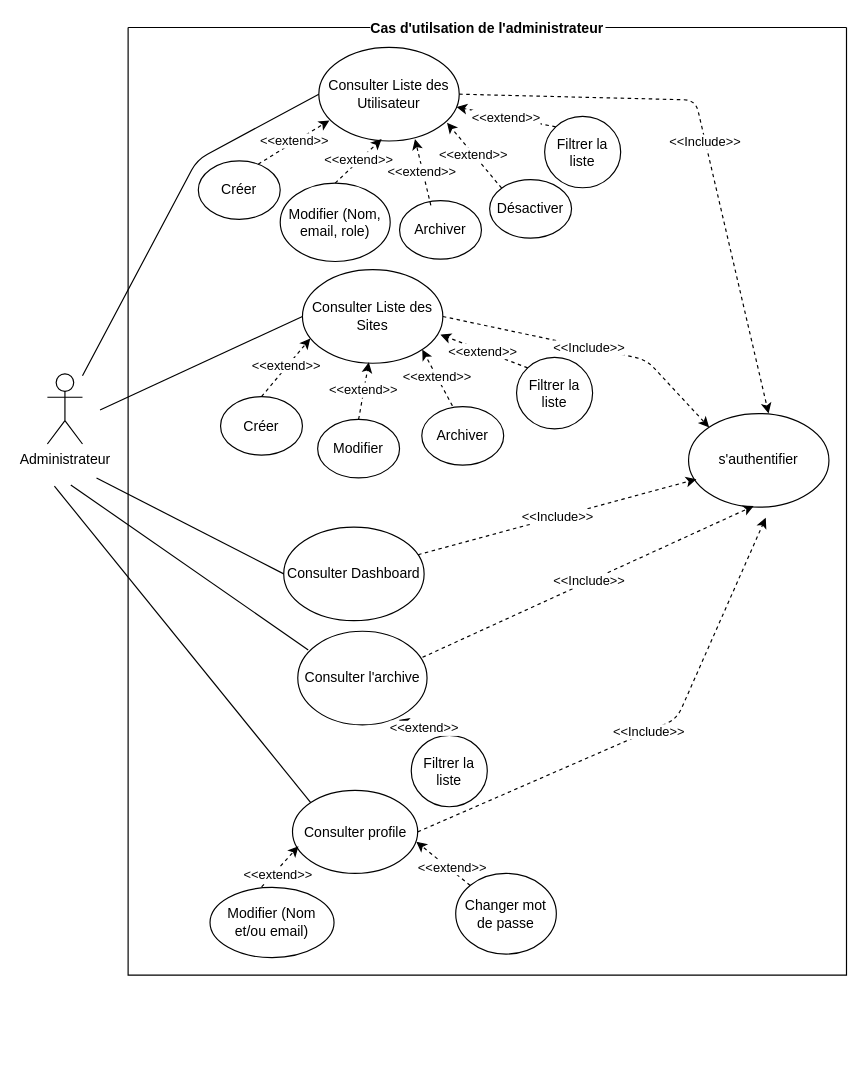
Belakebi-Amine/djezzy_supervision keeps this draw.io diagram as page "Admin" (1 of 4) of Conception/USE_CASE.drawio. Above is the earlier version. Source tidied: cells renumbered, new cells numbered last; positions are measured from the earlier drawing's top-left corner, leaving out a move shared by most shapes. Both pictures are drawn from the tidied source at 117%, with x=0, y=0 at pixel (47, 27).
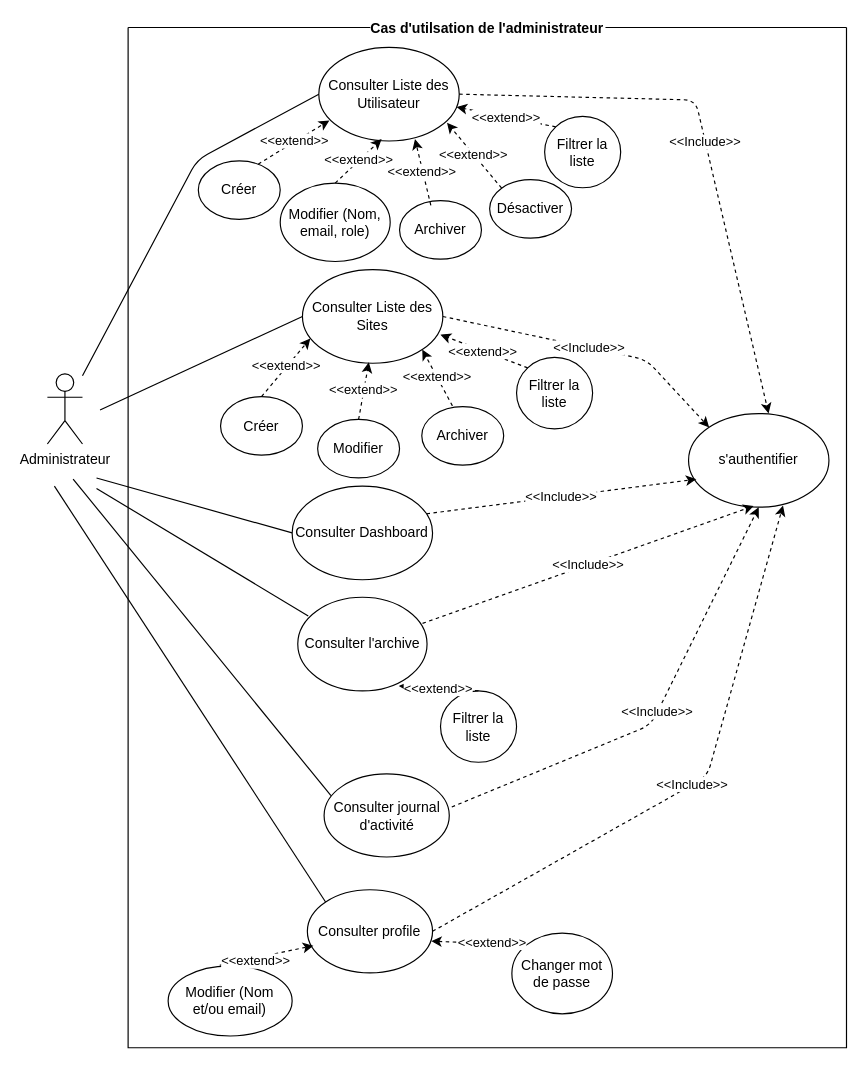
The same page after the edit.

The change refers to these unchanged cells:
```xml
<mxCell id="14" value="s'authentifier" style="ellipse;whiteSpace=wrap;html=1;" parent="3" vertex="1">
  <mxGeometry x="479" y="330" width="120" height="80" as="geometry" />
</mxCell>
```

Change to the diagram source:
```diff
@@
     <mxCell id="3" value="Cas d'utilsation de l'administrateur" style="swimlane;startSize=0;labelBackgroundColor=default;fillColor=none;" parent="1" vertex="1">
-      <mxGeometry x="69" width="614" height="810" as="geometry" />
+      <mxGeometry x="69" width="614" height="872" as="geometry" />
     </mxCell>
@@
     <mxCell id="36" value="Consulter Dashboard" style="ellipse;whiteSpace=wrap;html=1;" parent="3" vertex="1">
-      <mxGeometry x="133" y="427" width="120" height="80" as="geometry" />
+      <mxGeometry x="140.2" y="392" width="120" height="80" as="geometry" />
     </mxCell>
@@
     <mxCell id="38" value="Consulter l'archive" style="ellipse;whiteSpace=wrap;html=1;" parent="3" vertex="1">
-      <mxGeometry x="145" y="516" width="110.5" height="80" as="geometry" />
+      <mxGeometry x="145" y="487" width="110.5" height="80" as="geometry" />
     </mxCell>
     <mxCell id="39" value="Filtrer la liste" style="ellipse;whiteSpace=wrap;html=1;" parent="3" vertex="1">
-      <mxGeometry x="242" y="605" width="65" height="61" as="geometry" />
+      <mxGeometry x="267" y="567" width="65" height="61" as="geometry" />
     </mxCell>
@@
     <mxCell id="44" value="Consulter profile" style="ellipse;whiteSpace=wrap;html=1;" parent="3" vertex="1">
-      <mxGeometry x="140.5" y="652" width="107" height="71" as="geometry" />
+      <mxGeometry x="153.2" y="737" width="107" height="71" as="geometry" />
     </mxCell>
     <mxCell id="45" value="Modifier (Nom et/ou email)" style="ellipse;whiteSpace=wrap;html=1;" parent="3" vertex="1">
-      <mxGeometry x="70" y="735" width="106" height="60" as="geometry" />
+      <mxGeometry x="34.2" y="802" width="106" height="60" as="geometry" />
     </mxCell>
     <mxCell id="46" value="Changer mot de passe" style="ellipse;whiteSpace=wrap;html=1;" parent="3" vertex="1">
-      <mxGeometry x="280" y="723" width="86" height="69" as="geometry" />
+      <mxGeometry x="328" y="774" width="86" height="69" as="geometry" />
     </mxCell>
@@
+    <mxCell id="56" value="Consulter journal d'activité" style="ellipse;whiteSpace=wrap;html=1;" parent="3" vertex="1">
+      <mxGeometry x="167.5" y="638" width="107" height="71" as="geometry" />
+    </mxCell>
+    <mxCell id="57" value="&amp;lt;&amp;lt;Include&amp;gt;&amp;gt;" style="endArrow=classic;dashed=1;html=1;entryX=0.5;entryY=1;entryDx=0;entryDy=0;endFill=1;exitX=1.02;exitY=0.397;exitDx=0;exitDy=0;exitPerimeter=0;" parent="3" edge="1" source="56" target="14">
+      <mxGeometry relative="1" as="geometry">
+        <Array as="points">
+          <mxPoint x="447" y="596" />
+        </Array>
+      </mxGeometry>
+    </mxCell>
+    <mxCell id="55" value="&amp;lt;&amp;lt;Include&amp;gt;&amp;gt;" style="endArrow=classic;dashed=1;html=1;entryX=0.673;entryY=0.983;entryDx=0;entryDy=0;endFill=1;entryPerimeter=0;exitX=1;exitY=0.5;exitDx=0;exitDy=0;" parent="3" edge="1" source="44" target="14">
+      <mxGeometry relative="1" as="geometry">
+        <Array as="points">
+          <mxPoint x="495" y="640" />
+        </Array>
+      </mxGeometry>
+    </mxCell>
@@
     <mxCell id="53" style="endArrow=none;html=1;entryX=0.081;entryY=0.2;entryDx=0;entryDy=0;entryPerimeter=0;" parent="1" edge="1" target="38">
       <mxGeometry relative="1" as="geometry">
-        <mxPoint x="20" y="391" as="sourcePoint" />
+        <mxPoint x="42" y="394" as="sourcePoint" />
       </mxGeometry>
     </mxCell>
@@
-    <mxCell id="55" value="&amp;lt;&amp;lt;Include&amp;gt;&amp;gt;" style="endArrow=classic;dashed=1;html=1;entryX=0.464;entryY=0.987;entryDx=0;entryDy=0;endFill=1;entryPerimeter=0;exitX=1;exitY=0.5;exitDx=0;exitDy=0;" parent="1" edge="1" source="44">
-      <mxGeometry relative="1" as="geometry">
-        <mxPoint x="614" y="419" as="targetPoint" />
-        <Array as="points">
-          <mxPoint x="538" y="591" />
-        </Array>
-      </mxGeometry>
-    </mxCell>
+    <mxCell id="58" style="endArrow=none;html=1;entryX=0.055;entryY=0.262;entryDx=0;entryDy=0;entryPerimeter=0;" parent="1" edge="1" target="56">
+      <mxGeometry relative="1" as="geometry">
+        <mxPoint x="22" y="386" as="sourcePoint" />
+      </mxGeometry>
+    </mxCell>
```
